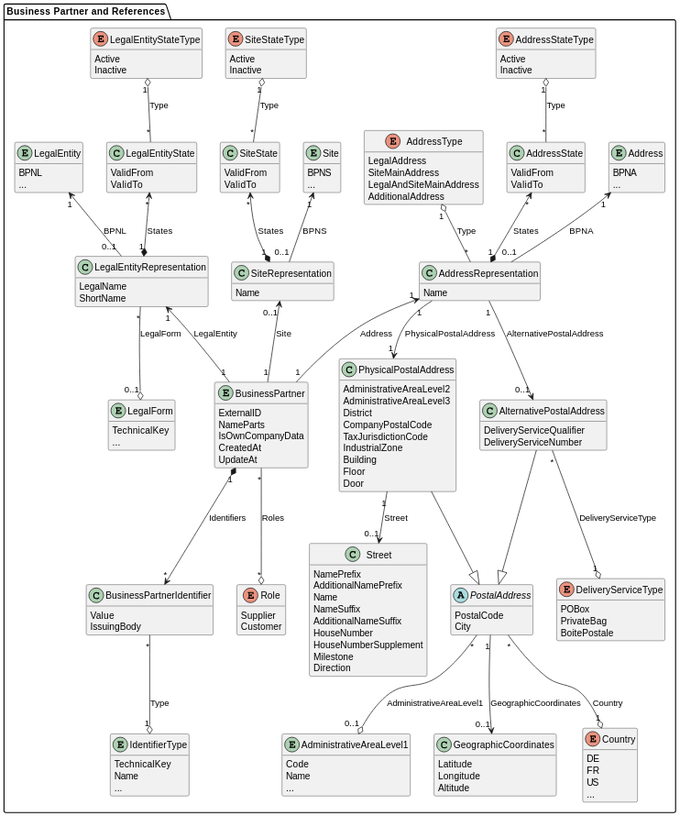
Earlier version of the PlantUML export docs/standards/CX-0074-BusinessPartnerGateAPI/assets/diagrams/class/business-partner.svg (catenax-eV/catenax-ev.github.io).
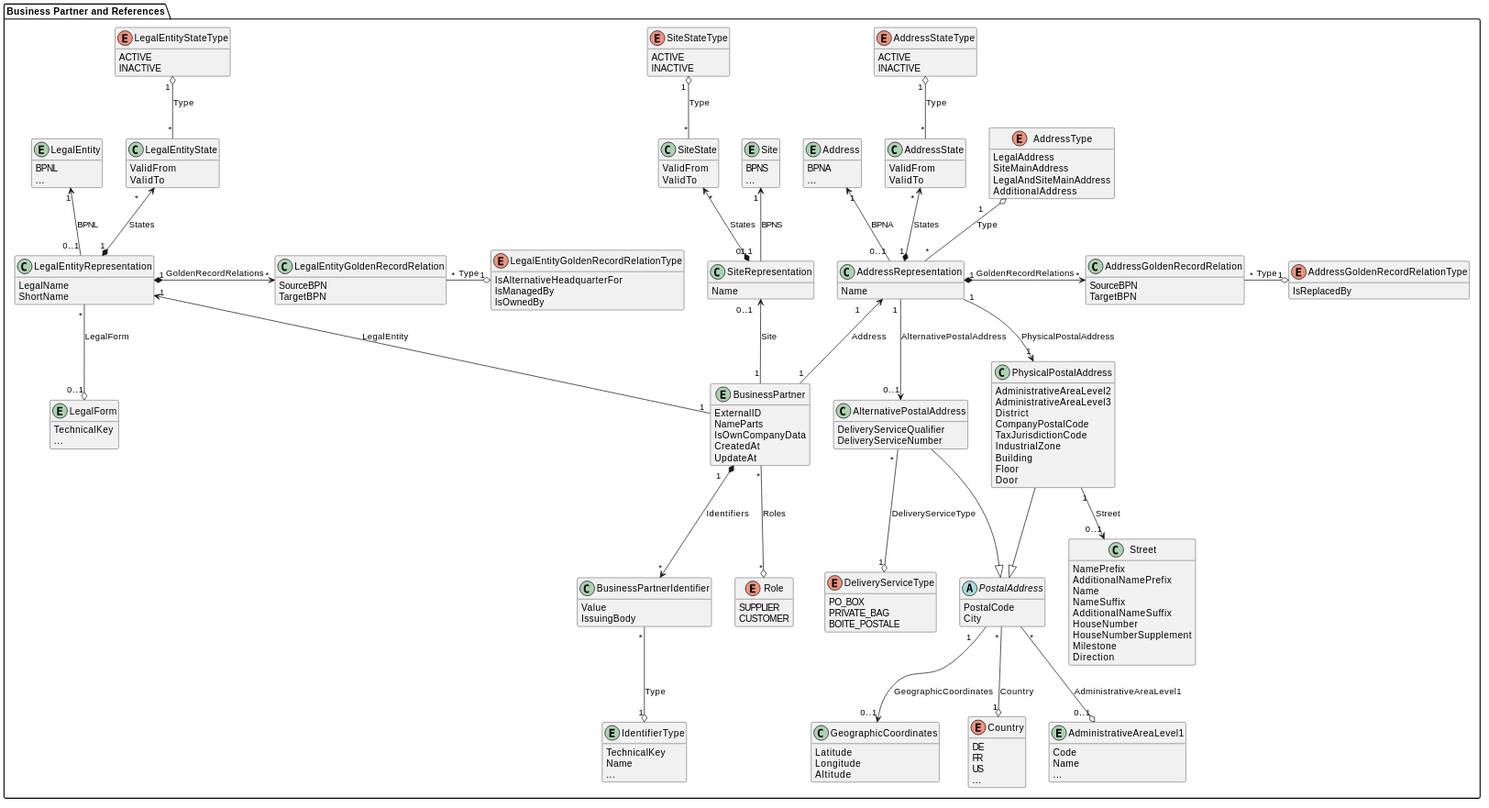
Later version of the same file.

Commit message:
docs(0074): add business partner relation extensions

Change to the diagram source:
```diff
@@ -1,5 +1,4 @@
-@startuml business-partner
-
+@startuml
 skinparam dpi 50
 
 package "Business Partner and References" {
@@ -19,8 +18,8 @@
   }
 
   enum LegalEntityStateType {
-    Active
-    Inactive
+    ACTIVE
+    INACTIVE
   }
 
   class SiteState {
@@ -29,9 +28,9 @@
   }
 
   enum SiteStateType{
-      Active
-      Inactive
-    }
+    ACTIVE
+    INACTIVE
+  }
 
   class AddressState {
     ValidFrom
@@ -39,8 +38,8 @@
   }
 
   enum AddressStateType{
-    Active
-    Inactive
+    ACTIVE
+    INACTIVE
   }
 
   class BusinessPartnerIdentifier {
@@ -57,8 +56,8 @@
   }
 
   enum Role {
-    Supplier
-    Customer
+    SUPPLIER
+    CUSTOMER
   }
 
   entity LegalForm {
@@ -74,6 +73,17 @@
   class LegalEntityRepresentation {
     LegalName
     ShortName
+  }
+
+  class LegalEntityGoldenRecordRelation {
+    SourceBPN
+    TargetBPN
+  }
+
+  enum LegalEntityGoldenRecordRelationType {
+    IsAlternativeHeadquarterFor
+    IsManagedBy
+    IsOwnedBy
   }
 
   entity Site {
@@ -94,8 +104,15 @@
     Name
   }
 
+  class AddressGoldenRecordRelation {
+    SourceBPN
+    TargetBPN
+  }
 
-  class AddressRepresentation { }
+  enum AddressGoldenRecordRelationType {
+    IsReplacedBy
+  }
+
 
   enum AddressType {
     LegalAddress
@@ -110,9 +127,9 @@
   }
 
   enum DeliveryServiceType {
-    POBox
-    PrivateBag
-    BoitePostale
+    PO_BOX
+    PRIVATE_BAG
+    BOITE_POSTALE
   }
 
   class PhysicalPostalAddress{
@@ -194,11 +211,17 @@
   LegalEntityRepresentation "1" *-u-> "*" LegalEntityState : States
   LegalEntityState "*" -u-o "1" LegalEntityStateType : Type
 
+  LegalEntityRepresentation "1" *-r-> "*" LegalEntityGoldenRecordRelation : GoldenRecordRelations
+  LegalEntityGoldenRecordRelation "*" -r-o "1" LegalEntityGoldenRecordRelationType : Type
+
   SiteRepresentation "1" *-u-> "*" SiteState : States
   SiteState "*" -u-o "1" SiteStateType : Type
 
   AddressRepresentation "1" *-u-> "*" AddressState : States
   AddressState "*" -u-o "1" AddressStateType : Type
+
+  AddressRepresentation "1" *-r-> "*" AddressGoldenRecordRelation : GoldenRecordRelations
+  AddressGoldenRecordRelation "*" -r-o "1" AddressGoldenRecordRelationType : Type
 
   BusinessPartner "1" *-d-> "*" BusinessPartnerIdentifier : Identifiers
   BusinessPartnerIdentifier "*" -d-o "1" IdentifierType : Type
```
